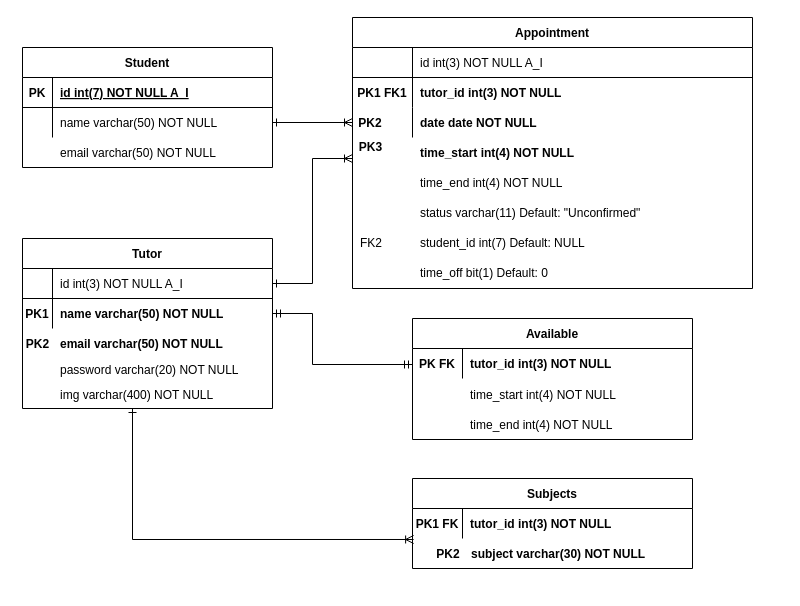
Shaunathanz/Scheduler keeps this draw.io diagram as public_html/info/AppointmentSchema.drawio. Above is the earlier version. Source tidied: cells renumbered, new cells numbered last; positions are measured from the earlier drawing's top-left corner, leaving out a move shared by most shapes. Both pictures are drawn from the tidied source at 100%, with x=0, y=0 at pixel (17, 17).
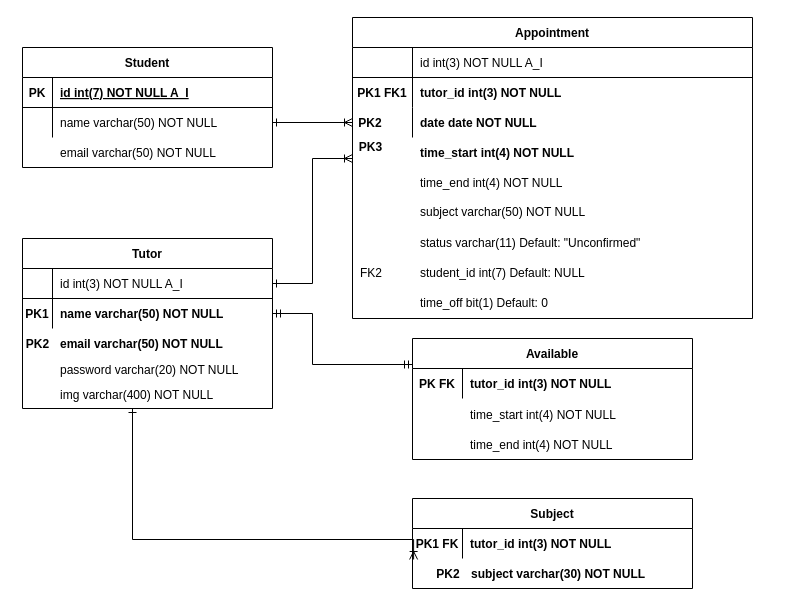
The same page after the edit.

What changed in the source:
```diff
@@
     <mxCell id="2" value="Appointment" style="shape=table;startSize=30;childLayout=tableLayout;rowLines=0;fontStyle=1;align=center;" parent="1" vertex="1">
-      <mxGeometry x="335" width="400" height="271" as="geometry" />
+      <mxGeometry x="335" width="400" height="301" as="geometry" />
     </mxCell>
@@
     <mxCell id="29" value="status varchar(11) Default: &quot;Unconfirmed&quot;" style="shape=partialRectangle;overflow=hidden;fillColor=none;top=0;left=0;bottom=0;right=0;align=left;spacingLeft=6;" parent="1" vertex="1">
-      <mxGeometry x="395" y="180" width="370" height="30" as="geometry" />
+      <mxGeometry x="395" y="210" width="370" height="30" as="geometry" />
     </mxCell>
     <mxCell id="30" value="Available" style="shape=table;startSize=30;childLayout=tableLayout;rowLines=0;fontStyle=1;align=center;" parent="1" vertex="1">
-      <mxGeometry x="395" y="301" width="280" height="121" as="geometry" />
+      <mxGeometry x="395" y="321" width="280" height="121" as="geometry" />
     </mxCell>
@@
     <mxCell id="34" style="shape=partialRectangle;fillColor=none;top=0;left=0;right=0;bottom=0;" parent="1" vertex="1">
-      <mxGeometry x="415" y="362" width="250" height="30" as="geometry" />
+      <mxGeometry x="415" y="382" width="250" height="30" as="geometry" />
     </mxCell>
@@
     <mxCell id="37" style="shape=partialRectangle;fillColor=none;top=0;left=0;right=0;bottom=0;" parent="1" vertex="1">
-      <mxGeometry x="415" y="392" width="250" height="30" as="geometry" />
+      <mxGeometry x="415" y="412" width="250" height="30" as="geometry" />
     </mxCell>
@@
     <mxCell id="42" value="student_id int(7) Default: NULL" style="shape=partialRectangle;overflow=hidden;fillColor=none;top=0;left=0;bottom=0;right=0;align=left;spacingLeft=6;" parent="1" vertex="1">
-      <mxGeometry x="395" y="210" width="220" height="30" as="geometry" />
+      <mxGeometry x="395" y="240" width="220" height="30" as="geometry" />
     </mxCell>
     <mxCell id="43" value="FK2" style="shape=partialRectangle;overflow=hidden;fillColor=none;top=0;left=0;bottom=0;right=0;" parent="1" vertex="1">
-      <mxGeometry x="339" y="210" width="30" height="30" as="geometry" />
+      <mxGeometry x="339" y="240" width="30" height="30" as="geometry" />
     </mxCell>
-    <mxCell id="44" value="Subjects" style="shape=table;startSize=30;childLayout=tableLayout;rowLines=0;fontStyle=1;align=center;" parent="1" vertex="1">
-      <mxGeometry x="395" y="461" width="280" height="90" as="geometry" />
+    <mxCell id="44" value="Subject" style="shape=table;startSize=30;childLayout=tableLayout;rowLines=0;fontStyle=1;align=center;" parent="1" vertex="1">
+      <mxGeometry x="395" y="481" width="280" height="90" as="geometry" />
     </mxCell>
@@
     <mxCell id="48" style="shape=partialRectangle;fillColor=none;top=0;left=0;right=0;bottom=0;fontStyle=1;" parent="1" vertex="1">
-      <mxGeometry x="416" y="521" width="250" height="30" as="geometry" />
+      <mxGeometry x="416" y="541" width="250" height="30" as="geometry" />
     </mxCell>
@@
     <mxCell id="55" value="time_off bit(1) Default: 0" style="shape=partialRectangle;overflow=hidden;fillColor=none;top=0;left=0;bottom=0;right=0;align=left;spacingLeft=6;" parent="1" vertex="1">
-      <mxGeometry x="395" y="240" width="220" height="30" as="geometry" />
+      <mxGeometry x="395" y="270" width="220" height="30" as="geometry" />
     </mxCell>
@@
+    <mxCell id="60" value="subject varchar(50) NOT NULL" style="shape=partialRectangle;overflow=hidden;fillColor=none;top=0;left=0;bottom=0;right=0;align=left;spacingLeft=6;" parent="1" vertex="1">
+      <mxGeometry x="395" y="179" width="370" height="30" as="geometry" />
+    </mxCell>
```
